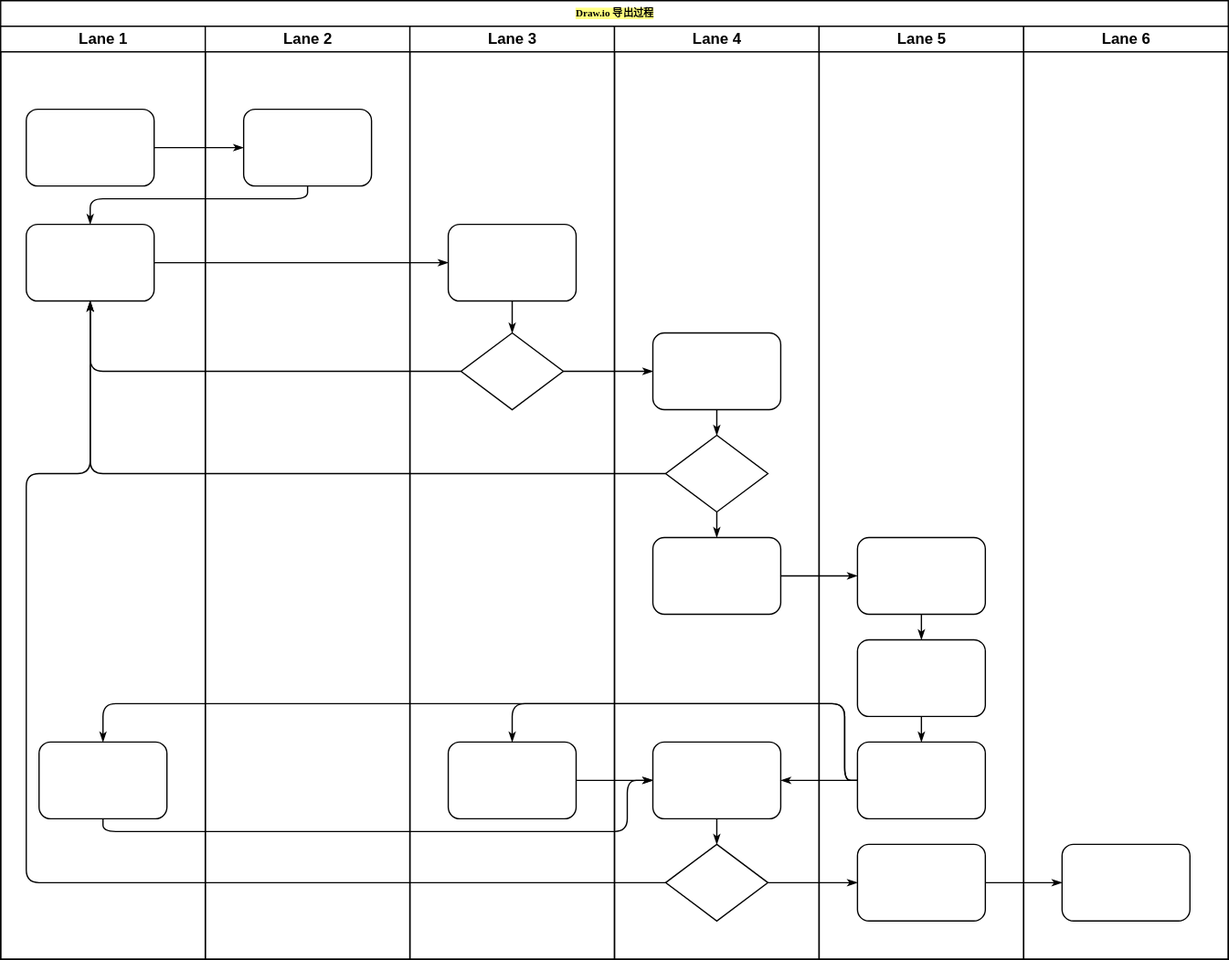
InoryLwc/ConfigRepo keeps this draw.io diagram as Draw.io/draw.io 的导出教程.svg. Above is the earlier version. Source tidied: cells renumbered, new cells last; positions are measured from the earlier drawing's top-left corner, leaving out a move shared by most shapes.
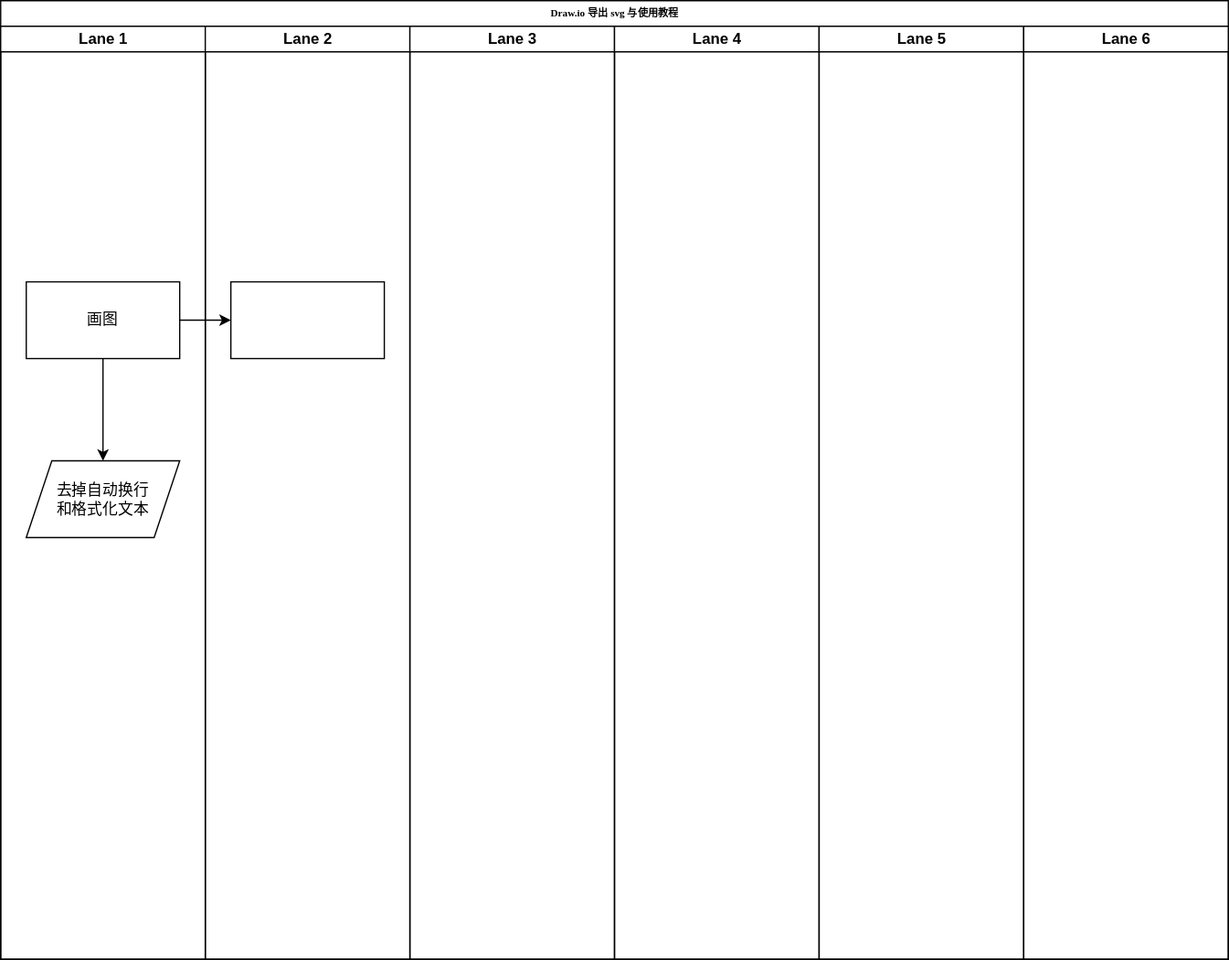
The same file after the commit.

Commit message:
更新draw.io 的导出教程.svg

Change to the diagram source:
```diff
@@ -2,169 +2,41 @@
   <root>
     <mxCell id="0" />
     <mxCell id="1" parent="0" />
-    <mxCell id="2" value="&lt;span style=&quot;background-color: rgb(255 , 255 , 128)&quot;&gt;Draw.io 导出过程&lt;/span&gt;" style="swimlane;html=1;startSize=20;rounded=0;shadow=0;labelBackgroundColor=none;strokeWidth=1;fontFamily=Verdana;fontSize=8;align=center;" parent="1" vertex="1">
-      <mxGeometry width="960" height="750" as="geometry" />
-    </mxCell>
+    <mxCell id="47" value="Draw.io 导出 svg 与使用教程" style="swimlane;html=1;startSize=20;rounded=0;shadow=0;labelBackgroundColor=none;strokeWidth=1;fontFamily=Verdana;fontSize=8;align=center;" parent="1" vertex="1">
+      <mxGeometry x="-50" y="-20" width="960" height="750" as="geometry" />
+    </mxCell>
-    <mxCell id="3" value="Lane 1" style="swimlane;html=1;startSize=20;" parent="2" vertex="1">
+    <mxCell id="3" value="Lane 1" style="swimlane;html=1;startSize=20;" parent="47" vertex="1">
       <mxGeometry y="20" width="160" height="730" as="geometry" />
     </mxCell>
-    <mxCell id="4" style="rounded=1;whiteSpace=wrap;html=1;shadow=0;labelBackgroundColor=none;strokeWidth=1;fontFamily=Verdana;fontSize=8;align=center;" parent="3" vertex="1">
-      <mxGeometry x="20" y="65" width="100" height="60" as="geometry" />
-    </mxCell>
-    <mxCell id="5" style="rounded=1;whiteSpace=wrap;html=1;shadow=0;labelBackgroundColor=none;strokeWidth=1;fontFamily=Verdana;fontSize=8;align=center;" parent="3" vertex="1">
-      <mxGeometry x="20" y="155" width="100" height="60" as="geometry" />
-    </mxCell>
-    <mxCell id="6" style="rounded=1;whiteSpace=wrap;html=1;shadow=0;labelBackgroundColor=none;strokeWidth=1;fontFamily=Verdana;fontSize=8;align=center;" parent="3" vertex="1">
-      <mxGeometry x="30" y="560" width="100" height="60" as="geometry" />
-    </mxCell>
-    <mxCell id="7" style="edgeStyle=orthogonalEdgeStyle;rounded=1;html=1;labelBackgroundColor=none;startArrow=none;startFill=0;startSize=5;endArrow=classicThin;endFill=1;endSize=5;jettySize=auto;strokeWidth=1;fontFamily=Verdana;fontSize=8;" parent="2" edge="1" source="4" target="23">
-      <mxGeometry relative="1" as="geometry" />
-    </mxCell>
-    <mxCell id="8" style="edgeStyle=orthogonalEdgeStyle;rounded=1;html=1;labelBackgroundColor=none;startArrow=none;startFill=0;startSize=5;endArrow=classicThin;endFill=1;endSize=5;jettySize=auto;strokeWidth=1;fontFamily=Verdana;fontSize=8;" parent="2" edge="1" source="23" target="5">
-      <mxGeometry relative="1" as="geometry">
-        <Array as="points">
-          <mxPoint x="240" y="155" />
-          <mxPoint x="70" y="155" />
-        </Array>
-      </mxGeometry>
-    </mxCell>
-    <mxCell id="9" style="edgeStyle=orthogonalEdgeStyle;rounded=1;html=1;labelBackgroundColor=none;startArrow=none;startFill=0;startSize=5;endArrow=classicThin;endFill=1;endSize=5;jettySize=auto;strokeWidth=1;fontFamily=Verdana;fontSize=8;" parent="2" edge="1" source="5" target="25">
-      <mxGeometry relative="1" as="geometry" />
-    </mxCell>
-    <mxCell id="10" style="edgeStyle=orthogonalEdgeStyle;rounded=1;html=1;labelBackgroundColor=none;startArrow=none;startFill=0;startSize=5;endArrow=classicThin;endFill=1;endSize=5;jettySize=auto;strokeWidth=1;fontFamily=Verdana;fontSize=8;" parent="2" edge="1" source="26" target="5">
-      <mxGeometry relative="1" as="geometry" />
-    </mxCell>
-    <mxCell id="11" style="edgeStyle=orthogonalEdgeStyle;rounded=1;html=1;labelBackgroundColor=none;startArrow=none;startFill=0;startSize=5;endArrow=classicThin;endFill=1;endSize=5;jettySize=auto;strokeWidth=1;fontFamily=Verdana;fontSize=8;" parent="2" edge="1" source="31" target="5">
-      <mxGeometry relative="1" as="geometry" />
-    </mxCell>
-    <mxCell id="12" style="edgeStyle=orthogonalEdgeStyle;rounded=1;html=1;labelBackgroundColor=none;startArrow=none;startFill=0;startSize=5;endArrow=classicThin;endFill=1;endSize=5;jettySize=auto;strokeWidth=1;fontFamily=Verdana;fontSize=8;" parent="2" edge="1" source="34" target="5">
-      <mxGeometry relative="1" as="geometry">
-        <Array as="points">
-          <mxPoint x="20" y="690" />
-          <mxPoint x="20" y="370" />
-          <mxPoint x="70" y="370" />
-        </Array>
-      </mxGeometry>
-    </mxCell>
-    <mxCell id="13" style="edgeStyle=orthogonalEdgeStyle;rounded=1;html=1;labelBackgroundColor=none;startArrow=none;startFill=0;startSize=5;endArrow=classicThin;endFill=1;endSize=5;jettySize=auto;strokeWidth=1;fontFamily=Verdana;fontSize=8;" parent="2" edge="1" source="26" target="30">
-      <mxGeometry relative="1" as="geometry" />
-    </mxCell>
-    <mxCell id="14" style="edgeStyle=orthogonalEdgeStyle;rounded=1;html=1;labelBackgroundColor=none;startArrow=none;startFill=0;startSize=5;endArrow=classicThin;endFill=1;endSize=5;jettySize=auto;strokeWidth=1;fontFamily=Verdana;fontSize=8;" parent="2" edge="1" source="34" target="42">
-      <mxGeometry relative="1" as="geometry" />
-    </mxCell>
-    <mxCell id="15" style="edgeStyle=orthogonalEdgeStyle;rounded=1;html=1;labelBackgroundColor=none;startArrow=none;startFill=0;startSize=5;endArrow=classicThin;endFill=1;endSize=5;jettySize=auto;strokeWidth=1;fontFamily=Verdana;fontSize=8;" parent="2" edge="1" source="42" target="46">
-      <mxGeometry relative="1" as="geometry" />
-    </mxCell>
-    <mxCell id="16" style="edgeStyle=orthogonalEdgeStyle;rounded=1;html=1;labelBackgroundColor=none;startArrow=none;startFill=0;startSize=5;endArrow=classicThin;endFill=1;endSize=5;jettySize=auto;strokeWidth=1;fontFamily=Verdana;fontSize=8;" parent="2" edge="1" source="32" target="39">
-      <mxGeometry relative="1" as="geometry" />
-    </mxCell>
-    <mxCell id="17" style="edgeStyle=orthogonalEdgeStyle;rounded=1;html=1;labelBackgroundColor=none;startArrow=none;startFill=0;startSize=5;endArrow=classicThin;endFill=1;endSize=5;jettySize=auto;strokeWidth=1;fontFamily=Verdana;fontSize=8;" parent="2" edge="1" source="41" target="27">
-      <mxGeometry relative="1" as="geometry">
-        <Array as="points">
-          <mxPoint x="660" y="610" />
-          <mxPoint x="660" y="550" />
-          <mxPoint x="400" y="550" />
-        </Array>
-      </mxGeometry>
-    </mxCell>
-    <mxCell id="18" style="edgeStyle=orthogonalEdgeStyle;rounded=1;html=1;labelBackgroundColor=none;startArrow=none;startFill=0;startSize=5;endArrow=classicThin;endFill=1;endSize=5;jettySize=auto;strokeColor=#000000;strokeWidth=1;fontFamily=Verdana;fontSize=8;fontColor=#000000;" parent="2" edge="1" source="41" target="33">
-      <mxGeometry relative="1" as="geometry" />
-    </mxCell>
-    <mxCell id="19" style="edgeStyle=orthogonalEdgeStyle;rounded=1;html=1;labelBackgroundColor=none;startArrow=none;startFill=0;startSize=5;endArrow=classicThin;endFill=1;endSize=5;jettySize=auto;strokeWidth=1;fontFamily=Verdana;fontSize=8;" parent="2" edge="1" source="41" target="6">
-      <mxGeometry relative="1" as="geometry">
-        <Array as="points">
-          <mxPoint x="660" y="610" />
-          <mxPoint x="660" y="550" />
-          <mxPoint x="80" y="550" />
-        </Array>
-      </mxGeometry>
-    </mxCell>
-    <mxCell id="20" style="edgeStyle=orthogonalEdgeStyle;rounded=1;html=1;labelBackgroundColor=none;startArrow=none;startFill=0;startSize=5;endArrow=classicThin;endFill=1;endSize=5;jettySize=auto;strokeWidth=1;fontFamily=Verdana;fontSize=8;" parent="2" edge="1" source="6" target="33">
-      <mxGeometry relative="1" as="geometry">
-        <Array as="points">
-          <mxPoint x="80" y="650" />
-          <mxPoint x="490" y="650" />
-          <mxPoint x="490" y="610" />
-        </Array>
-      </mxGeometry>
-    </mxCell>
-    <mxCell id="21" style="edgeStyle=orthogonalEdgeStyle;rounded=1;html=1;labelBackgroundColor=none;startArrow=none;startFill=0;startSize=5;endArrow=classicThin;endFill=1;endSize=5;jettySize=auto;strokeWidth=1;fontFamily=Verdana;fontSize=8;" parent="2" edge="1" source="27" target="33">
-      <mxGeometry relative="1" as="geometry" />
-    </mxCell>
+    <mxCell id="48" style="edgeStyle=orthogonalEdgeStyle;rounded=0;jettySize=auto;html=1;" parent="3" edge="1" source="49" target="50">
+      <mxGeometry relative="1" as="geometry" />
+    </mxCell>
+    <mxCell id="49" value="画图" style="rounded=0;whiteSpace=wrap;html=1;" parent="3" vertex="1">
+      <mxGeometry x="20" y="200" width="120" height="60" as="geometry" />
+    </mxCell>
+    <mxCell id="50" value="去掉自动换行&lt;br&gt;和格式化文本" style="shape=parallelogram;perimeter=parallelogramPerimeter;whiteSpace=wrap;html=1;fixedSize=1;rounded=0;" parent="3" vertex="1">
+      <mxGeometry x="20" y="340" width="120" height="60" as="geometry" />
+    </mxCell>
-    <mxCell id="22" value="Lane 2" style="swimlane;html=1;startSize=20;" parent="2" vertex="1">
+    <mxCell id="22" value="Lane 2" style="swimlane;html=1;startSize=20;" parent="47" vertex="1">
       <mxGeometry x="160" y="20" width="160" height="730" as="geometry" />
     </mxCell>
-    <mxCell id="23" style="rounded=1;whiteSpace=wrap;html=1;shadow=0;labelBackgroundColor=none;strokeWidth=1;fontFamily=Verdana;fontSize=8;align=center;" parent="22" vertex="1">
-      <mxGeometry x="30" y="65" width="100" height="60" as="geometry" />
-    </mxCell>
+    <mxCell id="51" style="rounded=0;whiteSpace=wrap;html=1;" parent="22" vertex="1">
+      <mxGeometry x="20" y="200" width="120" height="60" as="geometry" />
+    </mxCell>
-    <mxCell id="24" value="Lane 3" style="swimlane;html=1;startSize=20;" parent="2" vertex="1">
+    <mxCell id="24" value="Lane 3" style="swimlane;html=1;startSize=20;" parent="47" vertex="1">
       <mxGeometry x="320" y="20" width="160" height="730" as="geometry" />
     </mxCell>
-    <mxCell id="25" style="rounded=1;whiteSpace=wrap;html=1;shadow=0;labelBackgroundColor=none;strokeWidth=1;fontFamily=Verdana;fontSize=8;align=center;" parent="24" vertex="1">
-      <mxGeometry x="30" y="155" width="100" height="60" as="geometry" />
-    </mxCell>
-    <mxCell id="26" style="rhombus;whiteSpace=wrap;html=1;rounded=0;shadow=0;labelBackgroundColor=none;strokeWidth=1;fontFamily=Verdana;fontSize=8;align=center;" parent="24" vertex="1">
-      <mxGeometry x="40" y="240" width="80" height="60" as="geometry" />
-    </mxCell>
-    <mxCell id="27" style="rounded=1;whiteSpace=wrap;html=1;shadow=0;labelBackgroundColor=none;strokeWidth=1;fontFamily=Verdana;fontSize=8;align=center;" parent="24" vertex="1">
-      <mxGeometry x="30" y="560" width="100" height="60" as="geometry" />
-    </mxCell>
-    <mxCell id="28" style="edgeStyle=orthogonalEdgeStyle;rounded=1;html=1;labelBackgroundColor=none;startArrow=none;startFill=0;startSize=5;endArrow=classicThin;endFill=1;endSize=5;jettySize=auto;strokeWidth=1;fontFamily=Verdana;fontSize=8;" parent="24" edge="1" source="25" target="26">
-      <mxGeometry relative="1" as="geometry" />
-    </mxCell>
-    <mxCell id="29" value="Lane 4" style="swimlane;html=1;startSize=20;" parent="2" vertex="1">
+    <mxCell id="29" value="Lane 4" style="swimlane;html=1;startSize=20;" parent="47" vertex="1">
       <mxGeometry x="480" y="20" width="160" height="730" as="geometry" />
     </mxCell>
-    <mxCell id="30" style="rounded=1;whiteSpace=wrap;html=1;shadow=0;labelBackgroundColor=none;strokeWidth=1;fontFamily=Verdana;fontSize=8;align=center;" parent="29" vertex="1">
-      <mxGeometry x="30" y="240" width="100" height="60" as="geometry" />
-    </mxCell>
-    <mxCell id="31" style="rhombus;whiteSpace=wrap;html=1;rounded=0;shadow=0;labelBackgroundColor=none;strokeWidth=1;fontFamily=Verdana;fontSize=8;align=center;" parent="29" vertex="1">
-      <mxGeometry x="40" y="320" width="80" height="60" as="geometry" />
-    </mxCell>
-    <mxCell id="32" style="rounded=1;whiteSpace=wrap;html=1;shadow=0;labelBackgroundColor=none;strokeWidth=1;fontFamily=Verdana;fontSize=8;align=center;" parent="29" vertex="1">
-      <mxGeometry x="30" y="400" width="100" height="60" as="geometry" />
-    </mxCell>
-    <mxCell id="33" style="rounded=1;whiteSpace=wrap;html=1;shadow=0;labelBackgroundColor=none;strokeWidth=1;fontFamily=Verdana;fontSize=8;align=center;" parent="29" vertex="1">
-      <mxGeometry x="30" y="560" width="100" height="60" as="geometry" />
-    </mxCell>
-    <mxCell id="34" style="rhombus;whiteSpace=wrap;html=1;rounded=0;shadow=0;labelBackgroundColor=none;strokeWidth=1;fontFamily=Verdana;fontSize=8;align=center;" parent="29" vertex="1">
-      <mxGeometry x="40" y="640" width="80" height="60" as="geometry" />
-    </mxCell>
-    <mxCell id="35" style="edgeStyle=orthogonalEdgeStyle;rounded=1;html=1;labelBackgroundColor=none;startArrow=none;startFill=0;startSize=5;endArrow=classicThin;endFill=1;endSize=5;jettySize=auto;strokeColor=#000000;strokeWidth=1;fontFamily=Verdana;fontSize=8;fontColor=#000000;" parent="29" edge="1" source="30" target="31">
-      <mxGeometry relative="1" as="geometry" />
-    </mxCell>
-    <mxCell id="36" style="edgeStyle=orthogonalEdgeStyle;rounded=1;html=1;labelBackgroundColor=none;startArrow=none;startFill=0;startSize=5;endArrow=classicThin;endFill=1;endSize=5;jettySize=auto;strokeWidth=1;fontFamily=Verdana;fontSize=8;" parent="29" edge="1" source="31" target="32">
-      <mxGeometry relative="1" as="geometry" />
-    </mxCell>
-    <mxCell id="37" style="edgeStyle=orthogonalEdgeStyle;rounded=1;html=1;labelBackgroundColor=none;startArrow=none;startFill=0;startSize=5;endArrow=classicThin;endFill=1;endSize=5;jettySize=auto;strokeWidth=1;fontFamily=Verdana;fontSize=8;" parent="29" edge="1" source="33" target="34">
-      <mxGeometry relative="1" as="geometry" />
-    </mxCell>
-    <mxCell id="38" value="Lane 5" style="swimlane;html=1;startSize=20;" parent="2" vertex="1">
+    <mxCell id="38" value="Lane 5" style="swimlane;html=1;startSize=20;" parent="47" vertex="1">
       <mxGeometry x="640" y="20" width="160" height="730" as="geometry" />
     </mxCell>
-    <mxCell id="39" style="rounded=1;whiteSpace=wrap;html=1;shadow=0;labelBackgroundColor=none;strokeWidth=1;fontFamily=Verdana;fontSize=8;align=center;" parent="38" vertex="1">
-      <mxGeometry x="30" y="400" width="100" height="60" as="geometry" />
-    </mxCell>
-    <mxCell id="40" style="rounded=1;whiteSpace=wrap;html=1;shadow=0;labelBackgroundColor=none;strokeWidth=1;fontFamily=Verdana;fontSize=8;align=center;" parent="38" vertex="1">
-      <mxGeometry x="30" y="480" width="100" height="60" as="geometry" />
-    </mxCell>
-    <mxCell id="41" style="rounded=1;whiteSpace=wrap;html=1;shadow=0;labelBackgroundColor=none;strokeWidth=1;fontFamily=Verdana;fontSize=8;align=center;" parent="38" vertex="1">
-      <mxGeometry x="30" y="560" width="100" height="60" as="geometry" />
-    </mxCell>
-    <mxCell id="42" style="rounded=1;whiteSpace=wrap;html=1;shadow=0;labelBackgroundColor=none;strokeWidth=1;fontFamily=Verdana;fontSize=8;align=center;" parent="38" vertex="1">
-      <mxGeometry x="30" y="640" width="100" height="60" as="geometry" />
-    </mxCell>
-    <mxCell id="43" style="edgeStyle=orthogonalEdgeStyle;rounded=1;html=1;labelBackgroundColor=none;startArrow=none;startFill=0;startSize=5;endArrow=classicThin;endFill=1;endSize=5;jettySize=auto;strokeWidth=1;fontFamily=Verdana;fontSize=8;" parent="38" edge="1" source="39" target="40">
-      <mxGeometry relative="1" as="geometry" />
-    </mxCell>
-    <mxCell id="44" style="edgeStyle=orthogonalEdgeStyle;rounded=1;html=1;labelBackgroundColor=none;startArrow=none;startFill=0;startSize=5;endArrow=classicThin;endFill=1;endSize=5;jettySize=auto;strokeWidth=1;fontFamily=Verdana;fontSize=8;" parent="38" edge="1" source="40" target="41">
-      <mxGeometry relative="1" as="geometry" />
-    </mxCell>
-    <mxCell id="45" value="Lane 6" style="swimlane;html=1;startSize=20;" parent="2" vertex="1">
+    <mxCell id="45" value="Lane 6" style="swimlane;html=1;startSize=20;" parent="47" vertex="1">
       <mxGeometry x="800" y="20" width="160" height="730" as="geometry" />
     </mxCell>
-    <mxCell id="46" style="rounded=1;whiteSpace=wrap;html=1;shadow=0;labelBackgroundColor=none;strokeWidth=1;fontFamily=Verdana;fontSize=8;align=center;" parent="45" vertex="1">
-      <mxGeometry x="30" y="640" width="100" height="60" as="geometry" />
-    </mxCell>
+    <mxCell id="52" style="edgeStyle=orthogonalEdgeStyle;rounded=0;jettySize=auto;html=1;" parent="47" edge="1" source="49" target="51">
+      <mxGeometry relative="1" as="geometry" />
+    </mxCell>
   </root>
 </mxGraphModel>
```
